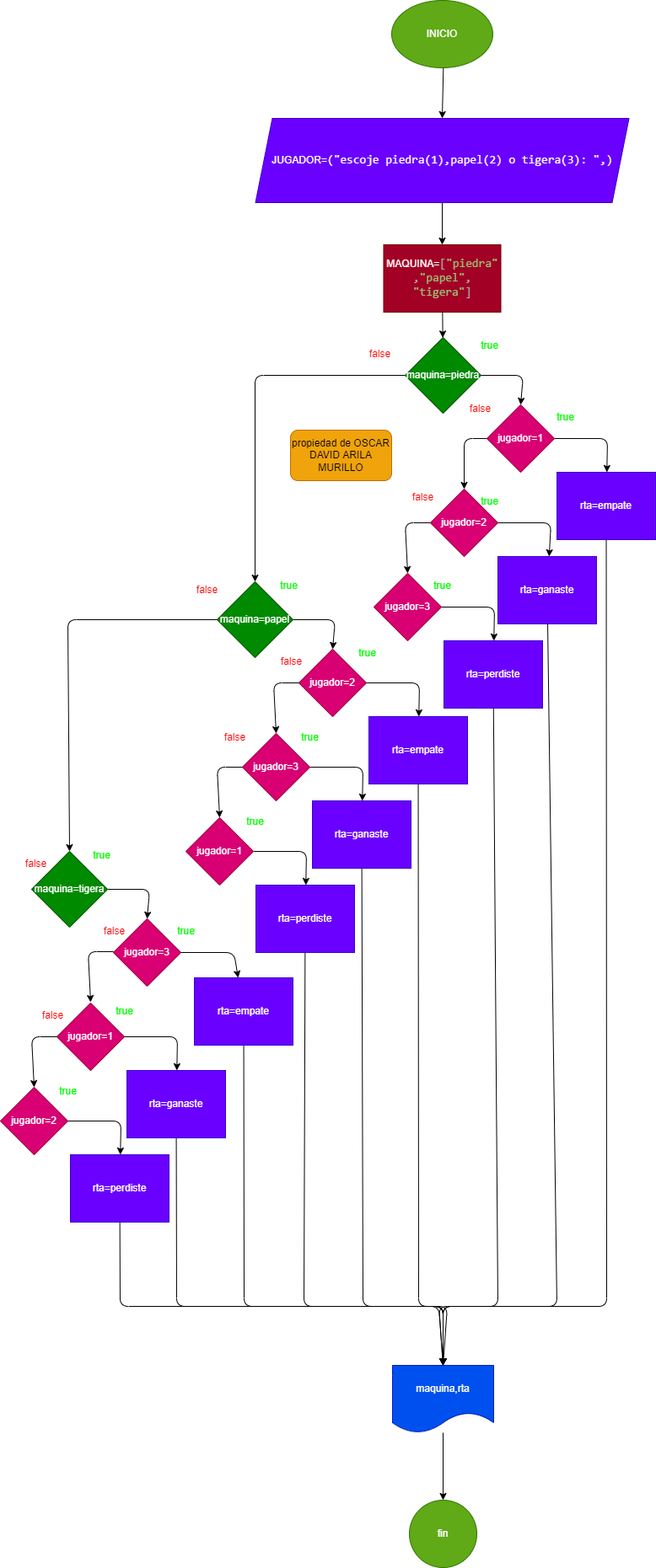
The draw.io diagram diagrama.png in futbolero06/piedra_papel_tigera, before a commit. Source tidied: cells renumbered, new cells last; positions are measured from the earlier drawing's top-left corner, leaving out a move shared by most shapes.
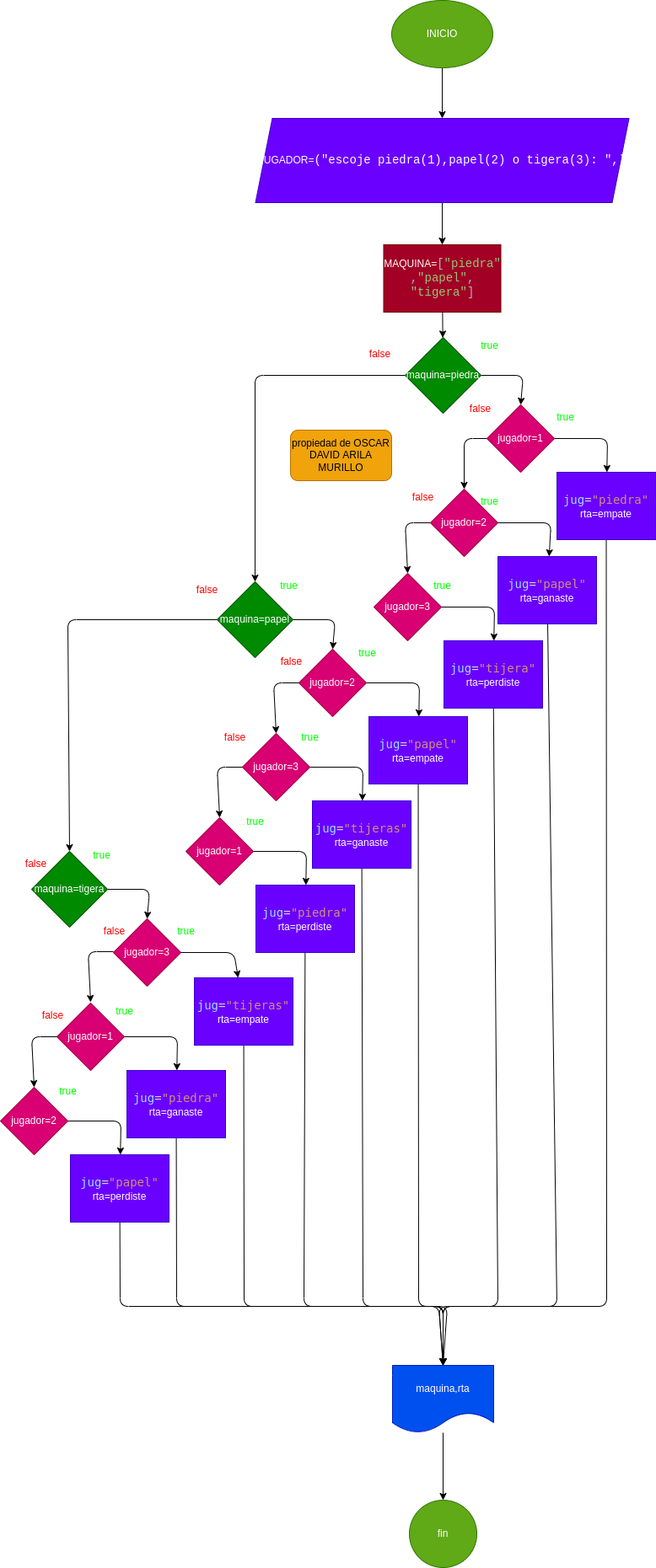
Later version of the same file.

Commit message:
se modifico el diagrama y programa

Change to the diagram source:
```diff
@@ -62,7 +62,7 @@
         </Array>
       </mxGeometry>
     </mxCell>
-    <mxCell id="15" value="rta=empate" style="whiteSpace=wrap;html=1;fillColor=#6a00ff;strokeColor=#3700CC;fontColor=#ffffff;" parent="1" vertex="1">
+    <mxCell id="15" value="&lt;div style=&quot;color: rgb(212, 212, 212); font-family: &amp;quot;Droid Sans Mono&amp;quot;, &amp;quot;monospace&amp;quot;, monospace; font-size: 14px; line-height: 19px;&quot;&gt;&lt;span style=&quot;color: rgb(156, 220, 254);&quot;&gt;jug&lt;/span&gt;=&lt;span style=&quot;color: rgb(206, 145, 120);&quot;&gt;&quot;piedra&quot;&lt;/span&gt;&lt;/div&gt;rta=empate" style="whiteSpace=wrap;html=1;fillColor=#6a00ff;strokeColor=#3700CC;fontColor=#ffffff;" parent="1" vertex="1">
       <mxGeometry x="660" y="560" width="117" height="80" as="geometry" />
     </mxCell>
     <mxCell id="16" style="edgeStyle=none;html=1;" parent="1" edge="1" source="18" target="20">
@@ -90,7 +90,7 @@
         </Array>
       </mxGeometry>
     </mxCell>
-    <mxCell id="20" value="rta=ganaste" style="whiteSpace=wrap;html=1;fillColor=#6a00ff;strokeColor=#3700CC;fontColor=#ffffff;" parent="1" vertex="1">
+    <mxCell id="20" value="&lt;div style=&quot;color: rgb(212, 212, 212); font-family: &amp;quot;Droid Sans Mono&amp;quot;, &amp;quot;monospace&amp;quot;, monospace; font-size: 14px; line-height: 19px;&quot;&gt;&lt;span style=&quot;color: rgb(156, 220, 254);&quot;&gt;jug&lt;/span&gt;=&lt;span style=&quot;color: rgb(206, 145, 120);&quot;&gt;&quot;papel&quot;&lt;/span&gt;&lt;/div&gt;rta=ganaste&lt;br&gt;" style="whiteSpace=wrap;html=1;fillColor=#6a00ff;strokeColor=#3700CC;fontColor=#ffffff;" parent="1" vertex="1">
       <mxGeometry x="590" y="660" width="117" height="80" as="geometry" />
     </mxCell>
     <mxCell id="21" style="edgeStyle=none;html=1;" parent="1" edge="1" source="22" target="24">
@@ -111,7 +111,7 @@
         </Array>
       </mxGeometry>
     </mxCell>
-    <mxCell id="24" value="rta=perdiste" style="whiteSpace=wrap;html=1;fillColor=#6a00ff;strokeColor=#3700CC;fontColor=#ffffff;" parent="1" vertex="1">
+    <mxCell id="24" value="&lt;div style=&quot;color: rgb(212, 212, 212); font-family: &amp;quot;Droid Sans Mono&amp;quot;, &amp;quot;monospace&amp;quot;, monospace; font-size: 14px; line-height: 19px;&quot;&gt;&lt;span style=&quot;color: rgb(156, 220, 254);&quot;&gt;jug&lt;/span&gt;=&lt;span style=&quot;color: rgb(206, 145, 120);&quot;&gt;&quot;tijera&quot;&lt;/span&gt;&lt;/div&gt;rta=perdiste&lt;br&gt;" style="whiteSpace=wrap;html=1;fillColor=#6a00ff;strokeColor=#3700CC;fontColor=#ffffff;" parent="1" vertex="1">
       <mxGeometry x="526" y="760" width="117" height="80" as="geometry" />
     </mxCell>
     <mxCell id="25" style="edgeStyle=none;html=1;entryX=0.5;entryY=0;entryDx=0;entryDy=0;" parent="1" edge="1" source="27" target="29">
@@ -149,7 +149,7 @@
         </Array>
       </mxGeometry>
     </mxCell>
-    <mxCell id="31" value="rta=empate" style="whiteSpace=wrap;html=1;fillColor=#6a00ff;strokeColor=#3700CC;fontColor=#ffffff;" parent="1" vertex="1">
+    <mxCell id="31" value="&lt;div style=&quot;color: rgb(212, 212, 212); font-family: &amp;quot;Droid Sans Mono&amp;quot;, &amp;quot;monospace&amp;quot;, monospace; font-size: 14px; line-height: 19px;&quot;&gt;&lt;span style=&quot;color: rgb(156, 220, 254);&quot;&gt;jug&lt;/span&gt;=&lt;span style=&quot;color: rgb(206, 145, 120);&quot;&gt;&quot;papel&quot;&lt;/span&gt;&lt;/div&gt;rta=empate&lt;br&gt;" style="whiteSpace=wrap;html=1;fillColor=#6a00ff;strokeColor=#3700CC;fontColor=#ffffff;" parent="1" vertex="1">
       <mxGeometry x="437" y="850" width="117" height="80" as="geometry" />
     </mxCell>
     <mxCell id="32" style="edgeStyle=none;html=1;" parent="1" edge="1" source="33" target="35">
@@ -170,7 +170,7 @@
         </Array>
       </mxGeometry>
     </mxCell>
-    <mxCell id="35" value="rta=ganaste" style="whiteSpace=wrap;html=1;fillColor=#6a00ff;strokeColor=#3700CC;fontColor=#ffffff;" parent="1" vertex="1">
+    <mxCell id="35" value="&lt;div style=&quot;color: rgb(212, 212, 212); font-family: &amp;quot;Droid Sans Mono&amp;quot;, &amp;quot;monospace&amp;quot;, monospace; font-size: 14px; line-height: 19px;&quot;&gt;&lt;span style=&quot;color: rgb(156, 220, 254);&quot;&gt;jug&lt;/span&gt;=&lt;span style=&quot;color: rgb(206, 145, 120);&quot;&gt;&quot;tijeras&quot;&lt;/span&gt;&lt;/div&gt;rta=ganaste" style="whiteSpace=wrap;html=1;fillColor=#6a00ff;strokeColor=#3700CC;fontColor=#ffffff;" parent="1" vertex="1">
       <mxGeometry x="370" y="950" width="117" height="80" as="geometry" />
     </mxCell>
     <mxCell id="36" style="edgeStyle=none;html=1;" parent="1" edge="1" source="37" target="39">
@@ -191,7 +191,7 @@
         </Array>
       </mxGeometry>
     </mxCell>
-    <mxCell id="39" value="rta=perdiste" style="whiteSpace=wrap;html=1;fillColor=#6a00ff;strokeColor=#3700CC;fontColor=#ffffff;" parent="1" vertex="1">
+    <mxCell id="39" value="&lt;div style=&quot;color: rgb(212, 212, 212); font-family: &amp;quot;Droid Sans Mono&amp;quot;, &amp;quot;monospace&amp;quot;, monospace; font-size: 14px; line-height: 19px;&quot;&gt;&lt;span style=&quot;color: rgb(156, 220, 254);&quot;&gt;jug&lt;/span&gt;=&lt;span style=&quot;color: rgb(206, 145, 120);&quot;&gt;&quot;piedra&quot;&lt;/span&gt;&lt;/div&gt;rta=perdiste&lt;br&gt;" style="whiteSpace=wrap;html=1;fillColor=#6a00ff;strokeColor=#3700CC;fontColor=#ffffff;" parent="1" vertex="1">
       <mxGeometry x="303" y="1050" width="117" height="80" as="geometry" />
     </mxCell>
     <mxCell id="40" style="edgeStyle=none;html=1;entryX=0.5;entryY=0;entryDx=0;entryDy=0;" parent="1" edge="1" source="41" target="43">
@@ -222,7 +222,7 @@
         </Array>
       </mxGeometry>
     </mxCell>
-    <mxCell id="45" value="rta=empate" style="whiteSpace=wrap;html=1;fillColor=#6a00ff;strokeColor=#3700CC;fontColor=#ffffff;" parent="1" vertex="1">
+    <mxCell id="45" value="&lt;div style=&quot;color: rgb(212, 212, 212); font-family: &amp;quot;Droid Sans Mono&amp;quot;, &amp;quot;monospace&amp;quot;, monospace; font-size: 14px; line-height: 19px;&quot;&gt;&lt;span style=&quot;color: rgb(156, 220, 254);&quot;&gt;jug&lt;/span&gt;=&lt;span style=&quot;color: rgb(206, 145, 120);&quot;&gt;&quot;tijeras&quot;&lt;/span&gt;&lt;/div&gt;rta=empate&lt;br&gt;" style="whiteSpace=wrap;html=1;fillColor=#6a00ff;strokeColor=#3700CC;fontColor=#ffffff;" parent="1" vertex="1">
       <mxGeometry x="230" y="1160" width="117" height="80" as="geometry" />
     </mxCell>
     <mxCell id="46" style="edgeStyle=none;html=1;" parent="1" edge="1" source="47" target="49">
@@ -243,7 +243,7 @@
         </Array>
       </mxGeometry>
     </mxCell>
-    <mxCell id="49" value="rta=ganaste" style="whiteSpace=wrap;html=1;fillColor=#6a00ff;strokeColor=#3700CC;fontColor=#ffffff;" parent="1" vertex="1">
+    <mxCell id="49" value="&lt;div style=&quot;color: rgb(212, 212, 212); font-family: &amp;quot;Droid Sans Mono&amp;quot;, &amp;quot;monospace&amp;quot;, monospace; font-size: 14px; line-height: 19px;&quot;&gt;&lt;span style=&quot;color: rgb(156, 220, 254);&quot;&gt;jug&lt;/span&gt;=&lt;span style=&quot;color: rgb(206, 145, 120);&quot;&gt;&quot;piedra&quot;&lt;/span&gt;&lt;/div&gt;rta=ganaste&lt;br&gt;" style="whiteSpace=wrap;html=1;fillColor=#6a00ff;strokeColor=#3700CC;fontColor=#ffffff;" parent="1" vertex="1">
       <mxGeometry x="150" y="1270" width="117" height="80" as="geometry" />
     </mxCell>
     <mxCell id="50" style="edgeStyle=none;html=1;" parent="1" edge="1" source="51" target="53">
@@ -264,7 +264,7 @@
         </Array>
       </mxGeometry>
     </mxCell>
-    <mxCell id="53" value="rta=perdiste" style="whiteSpace=wrap;html=1;fillColor=#6a00ff;strokeColor=#3700CC;fontColor=#ffffff;" parent="1" vertex="1">
+    <mxCell id="53" value="&lt;div style=&quot;color: rgb(212, 212, 212); font-family: &amp;quot;Droid Sans Mono&amp;quot;, &amp;quot;monospace&amp;quot;, monospace; font-size: 14px; line-height: 19px;&quot;&gt;&lt;span style=&quot;color: rgb(156, 220, 254);&quot;&gt;jug&lt;/span&gt;=&lt;span style=&quot;color: rgb(206, 145, 120);&quot;&gt;&quot;papel&quot;&lt;/span&gt;&lt;/div&gt;rta=perdiste" style="whiteSpace=wrap;html=1;fillColor=#6a00ff;strokeColor=#3700CC;fontColor=#ffffff;" parent="1" vertex="1">
       <mxGeometry x="83" y="1370" width="117" height="80" as="geometry" />
     </mxCell>
     <mxCell id="54" value="&lt;font color=&quot;#00ff00&quot;&gt;true&lt;/font&gt;" style="text;html=1;align=center;verticalAlign=middle;strokeColor=none;fillColor=none;" parent="1" vertex="1">
```
